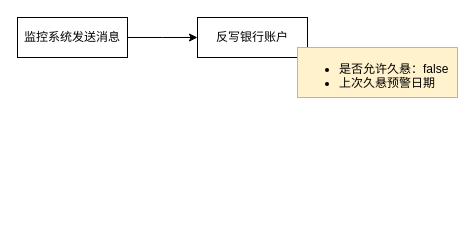
Earlier version of the draw.io diagram dormant-global.drawio (Alphathur/diagram). Source tidied: cells renumbered, new cells numbered last; positions are measured from the earlier drawing's top-left corner, leaving out a move shared by most shapes. Both pictures are drawn from the tidied source at 100%, with x=0, y=0 at pixel (17, 17).
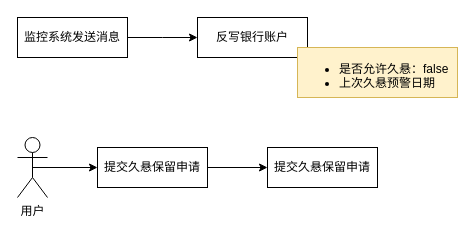
After the change.

Diff of the diagram source:
```diff
@@
 <mxGraphModel>
   <root>
     <mxCell id="0" />
     <mxCell id="1" parent="0" />
     <mxCell id="2" style="edgeStyle=orthogonalEdgeStyle;rounded=0;jettySize=auto;html=1;" parent="1" edge="1" source="3">
       <mxGeometry relative="1" as="geometry">
         <mxPoint x="180" y="20" as="targetPoint" />
       </mxGeometry>
     </mxCell>
     <mxCell id="3" value="监控系统发送消息" style="rounded=0;whiteSpace=wrap;html=1;" parent="1" vertex="1">
       <mxGeometry width="110" height="40" as="geometry" />
     </mxCell>
     <mxCell id="4" value="反写银行账户" style="rounded=0;whiteSpace=wrap;html=1;" parent="1" vertex="1">
       <mxGeometry x="180" width="110" height="40" as="geometry" />
     </mxCell>
     <mxCell id="5" value="&lt;ul&gt;&lt;li&gt;&lt;span style=&quot;background-color: initial;&quot;&gt;是否允许久悬：false&lt;/span&gt;&lt;br&gt;&lt;/li&gt;&lt;li&gt;上次久悬预警日期&lt;/li&gt;&lt;/ul&gt;" style="text;html=1;whiteSpace=wrap;verticalAlign=middle;overflow=hidden;rounded=0;imageAspect=1;absoluteArcSize=0;noLabel=0;fillColor=#fff2cc;strokeColor=#d6b656;" parent="1" vertex="1">
       <mxGeometry x="280" y="30" width="160" height="50" as="geometry" />
     </mxCell>
+    <mxCell id="6" style="edgeStyle=orthogonalEdgeStyle;rounded=0;jettySize=auto;html=1;exitX=0.5;exitY=0.5;exitDx=0;exitDy=0;exitPerimeter=0;" parent="1" edge="1" source="7" target="9">
+      <mxGeometry relative="1" as="geometry" />
+    </mxCell>
+    <mxCell id="7" value="用户" style="shape=umlActor;verticalLabelPosition=bottom;verticalAlign=top;html=1;outlineConnect=0;rounded=0;fillColor=none;" parent="1" vertex="1">
+      <mxGeometry y="120" width="30" height="60" as="geometry" />
+    </mxCell>
+    <mxCell id="8" style="edgeStyle=orthogonalEdgeStyle;rounded=0;jettySize=auto;html=1;" parent="1" edge="1" source="9" target="10">
+      <mxGeometry relative="1" as="geometry" />
+    </mxCell>
+    <mxCell id="9" value="提交久悬保留申请" style="rounded=0;whiteSpace=wrap;html=1;" parent="1" vertex="1">
+      <mxGeometry x="80" y="130" width="110" height="40" as="geometry" />
+    </mxCell>
+    <mxCell id="10" value="提交久悬保留申请" style="rounded=0;whiteSpace=wrap;html=1;" parent="1" vertex="1">
+      <mxGeometry x="250" y="130" width="110" height="40" as="geometry" />
+    </mxCell>
   </root>
 </mxGraphModel>
```
